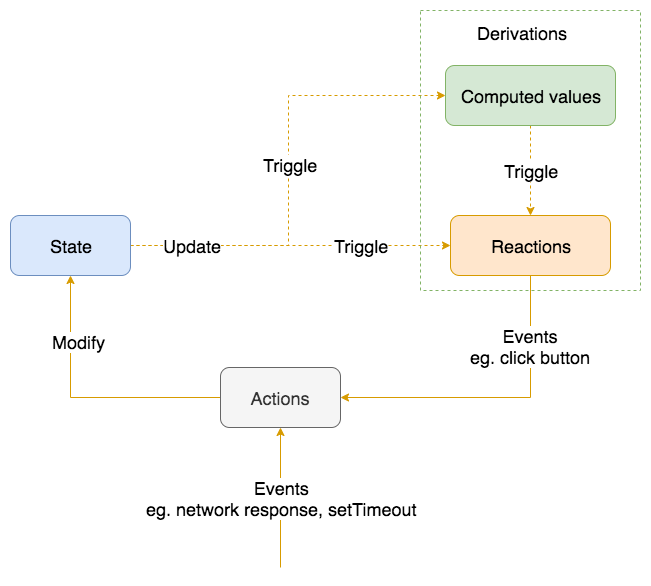
The draw.io diagram mobx-model-complex.png in whinc/pic-bed, before a commit. Source tidied: cells renumbered, new cells last; positions are measured from the earlier drawing's top-left corner, leaving out a move shared by most shapes.
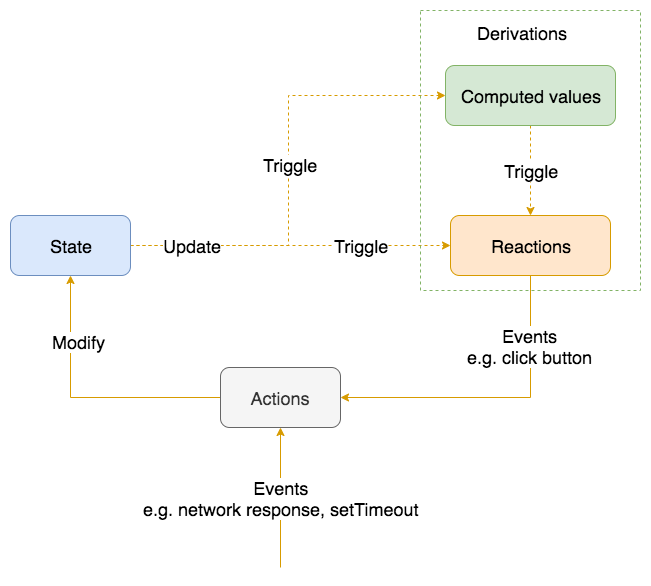
Later version of the same file.

Change to the diagram source:
```diff
@@ -22,7 +22,7 @@
     <mxCell id="7" style="edgeStyle=orthogonalEdgeStyle;rounded=0;jettySize=auto;html=1;exitX=0.5;exitY=1;exitDx=0;exitDy=0;entryX=1;entryY=0.5;entryDx=0;entryDy=0;fontSize=18;fillColor=#ffe6cc;strokeColor=#d79b00;" parent="1" edge="1" source="9" target="16">
       <mxGeometry relative="1" as="geometry" />
     </mxCell>
-    <mxCell id="8" value="Events&lt;br&gt;eg. click button" style="text;html=1;align=center;verticalAlign=middle;labelBackgroundColor=#ffffff;fontSize=18;" parent="7" vertex="1">
+    <mxCell id="8" value="Events&lt;br&gt;e.g. click button" style="text;html=1;align=center;verticalAlign=middle;labelBackgroundColor=#ffffff;fontSize=18;" parent="7" vertex="1">
       <mxGeometry x="-0.55" y="-1" relative="1" as="geometry" />
     </mxCell>
     <mxCell id="9" value="Reactions" style="rounded=1;whiteSpace=wrap;html=1;fontSize=18;fillColor=#ffe6cc;strokeColor=#d79b00;" parent="1" vertex="1">
@@ -48,7 +48,7 @@
         </Array>
       </mxGeometry>
     </mxCell>
-    <mxCell id="15" value="Events&lt;br&gt;eg. network response, setTimeout" style="text;html=1;align=center;verticalAlign=middle;labelBackgroundColor=#ffffff;fontSize=18;" parent="14" vertex="1">
+    <mxCell id="15" value="Events&lt;br&gt;e.g. network response, setTimeout" style="text;html=1;align=center;verticalAlign=middle;labelBackgroundColor=#ffffff;fontSize=18;" parent="14" vertex="1">
       <mxGeometry x="0.2" y="-3" relative="1" as="geometry">
         <mxPoint x="-3" y="14" as="offset" />
       </mxGeometry>
```
